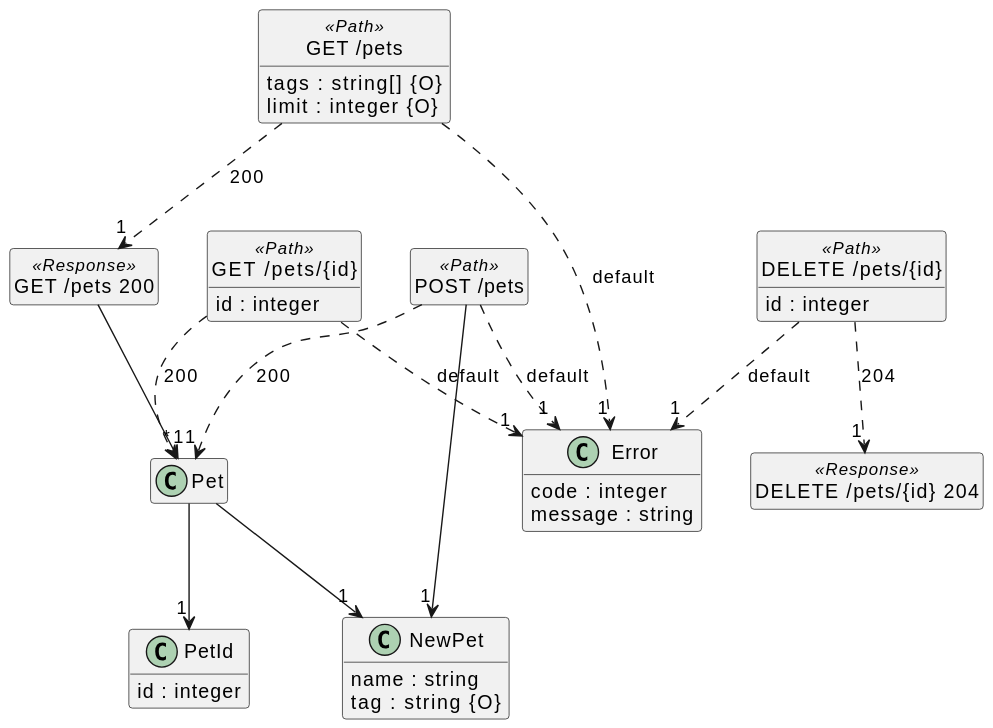
This is src/docs/tests/petstore-expanded.puml.svg from davidmoten/openapi-to-plantuml, a PlantUML export, as it was before one commit.
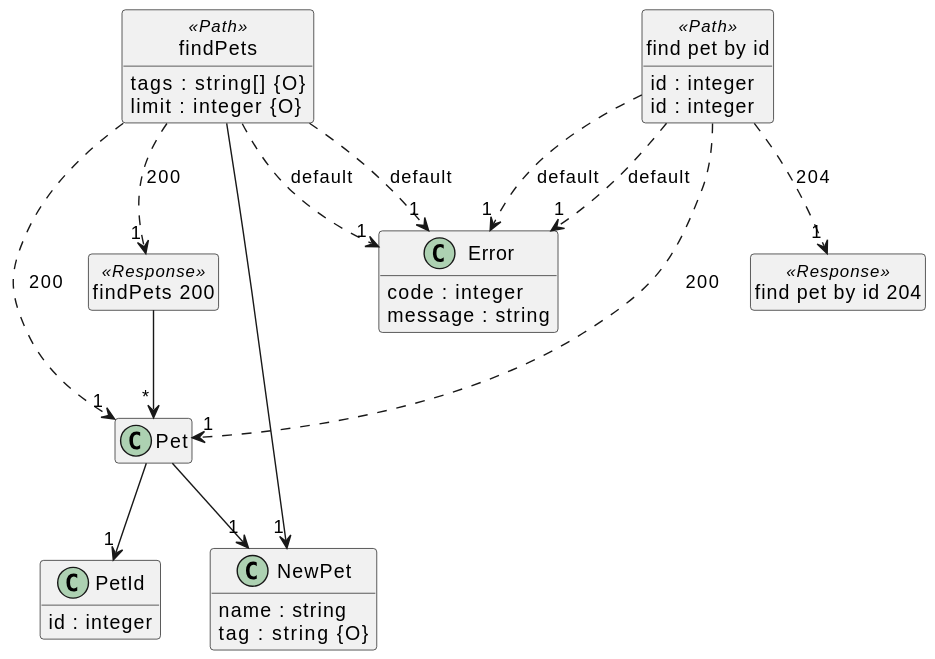
Later version of the same file.

Commit message:
use operationId as path names

Diff of the diagram source:
```diff
@@ -23,49 +23,49 @@
   {field} message : string
 }
 
-class "GET /pets" <<Path>> {
+class "findPets" <<Path>> {
   {field} tags : string[] {O}
   {field} limit : integer {O}
 }
 
-class "GET /pets 200" <<Response>> {
+class "findPets 200" <<Response>> {
 }
 
-class "POST /pets" <<Path>> {
+class "findPets" <<Path>> {
 }
 
-class "GET /pets/{id}" <<Path>> {
+class "find pet by id" <<Path>> {
   {field} id : integer
 }
 
-class "DELETE /pets/{id}" <<Path>> {
+class "find pet by id" <<Path>> {
   {field} id : integer
 }
 
-class "DELETE /pets/{id} 204" <<Response>> {
+class "find pet by id 204" <<Response>> {
 }
 
 "Pet" --> "1" "NewPet"
 
 "Pet" --> "1" "PetId"
 
-"GET /pets 200" --> "*" "Pet"
+"findPets 200" --> "*" "Pet"
 
-"GET /pets" ..> "1" "GET /pets 200"  :  "200"
+"findPets" ..> "1" "findPets 200"  :  "200"
 
-"GET /pets" ..> "1" "Error"  :  "default"
+"findPets" ..> "1" "Error"  :  "default"
 
-"POST /pets" ..> "1" "Pet"  :  "200"
+"findPets" ..> "1" "Pet"  :  "200"
 
-"POST /pets" ..> "1" "Error"  :  "default"
+"findPets" ..> "1" "Error"  :  "default"
 
-"POST /pets" --> "1" "NewPet"
+"findPets" --> "1" "NewPet"
 
-"GET /pets/{id}" ..> "1" "Pet"  :  "200"
+"find pet by id" ..> "1" "Pet"  :  "200"
 
-"GET /pets/{id}" ..> "1" "Error"  :  "default"
+"find pet by id" ..> "1" "Error"  :  "default"
 
-"DELETE /pets/{id}" ..> "1" "DELETE /pets/{id} 204"  :  "204"
+"find pet by id" ..> "1" "find pet by id 204"  :  "204"
 
-"DELETE /pets/{id}" ..> "1" "Error"  :  "default"
+"find pet by id" ..> "1" "Error"  :  "default"
 @enduml
```
